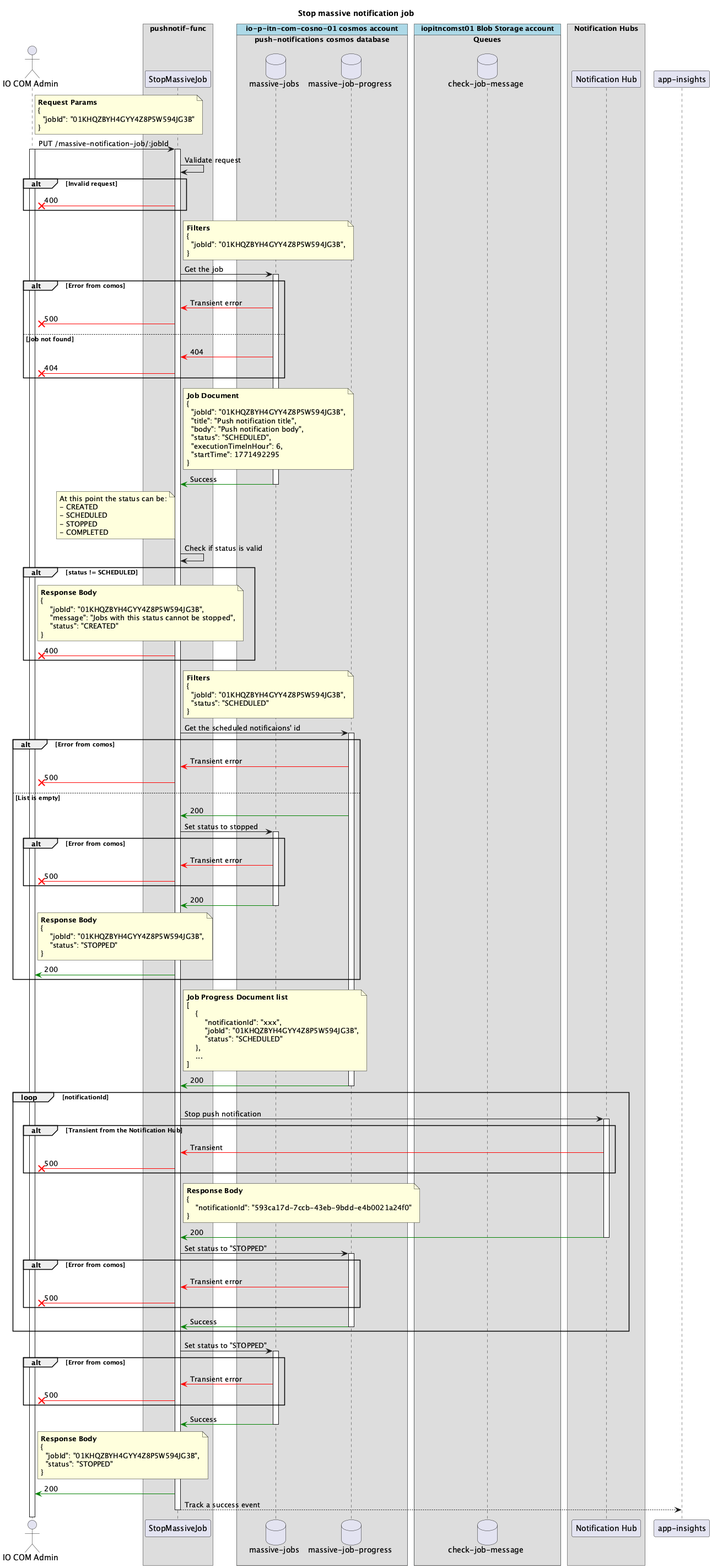
Before: docs/massive-push/stop-job.png, a diagram exported from PlantUML (pagopa/io-messages).
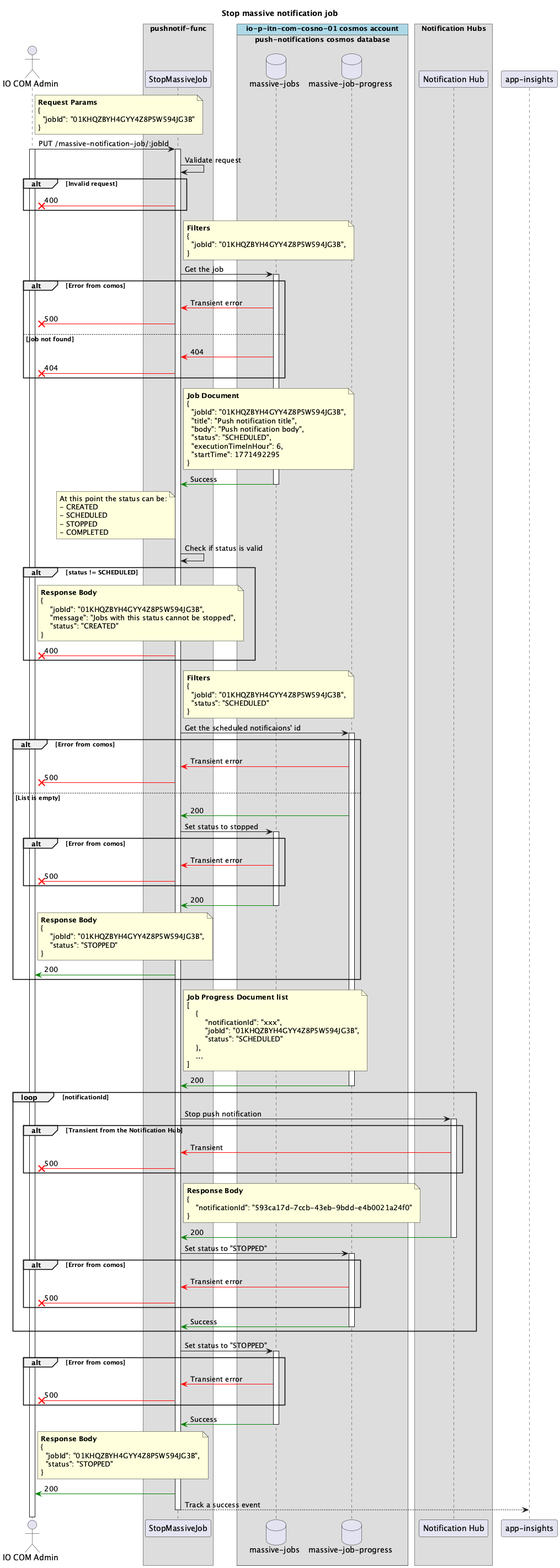
After the change.

Commit message:
Update stop sequence diagram

Change to the diagram source:
```diff
@@ -13,12 +13,6 @@
   box "push-notifications cosmos database"
     database "massive-jobs" as mnj
     database "massive-job-progress" as mnjp
-  end box
-end box
-
-box "iopitncomst01 Blob Storage account" #LightBlue
-  box "Queues"
-    database "check-job-message" as cjmq
   end box
 end box
 
```
